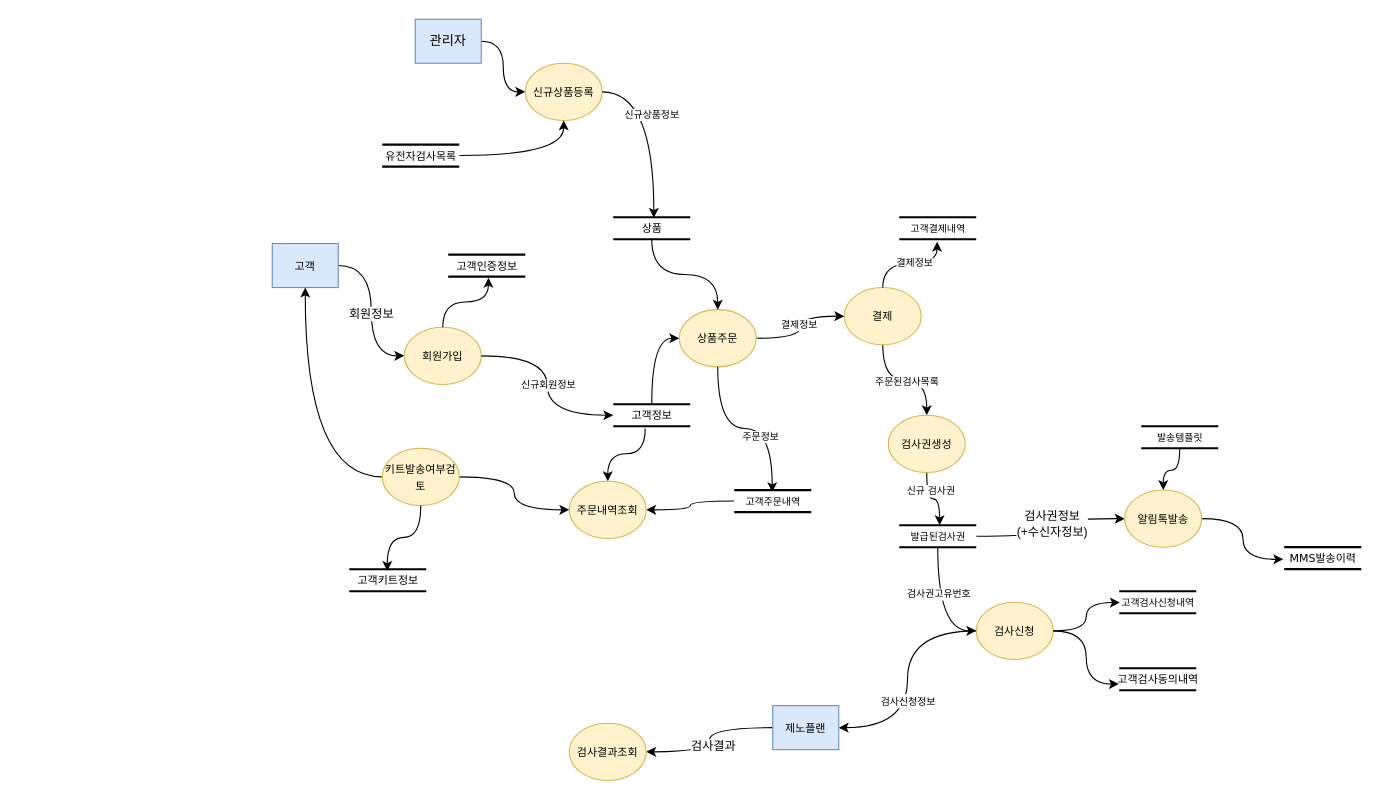
The draw.io diagram DFD_제노플랜.drawio in k3srpn/Architecture, before the edit. Source tidied: cells renumbered, new cells numbered last; positions are measured from the earlier drawing's top-left corner, leaving out a move shared by most shapes. Both pictures are drawn from the tidied source at 110%, with x=0, y=0 at pixel (272, 19).
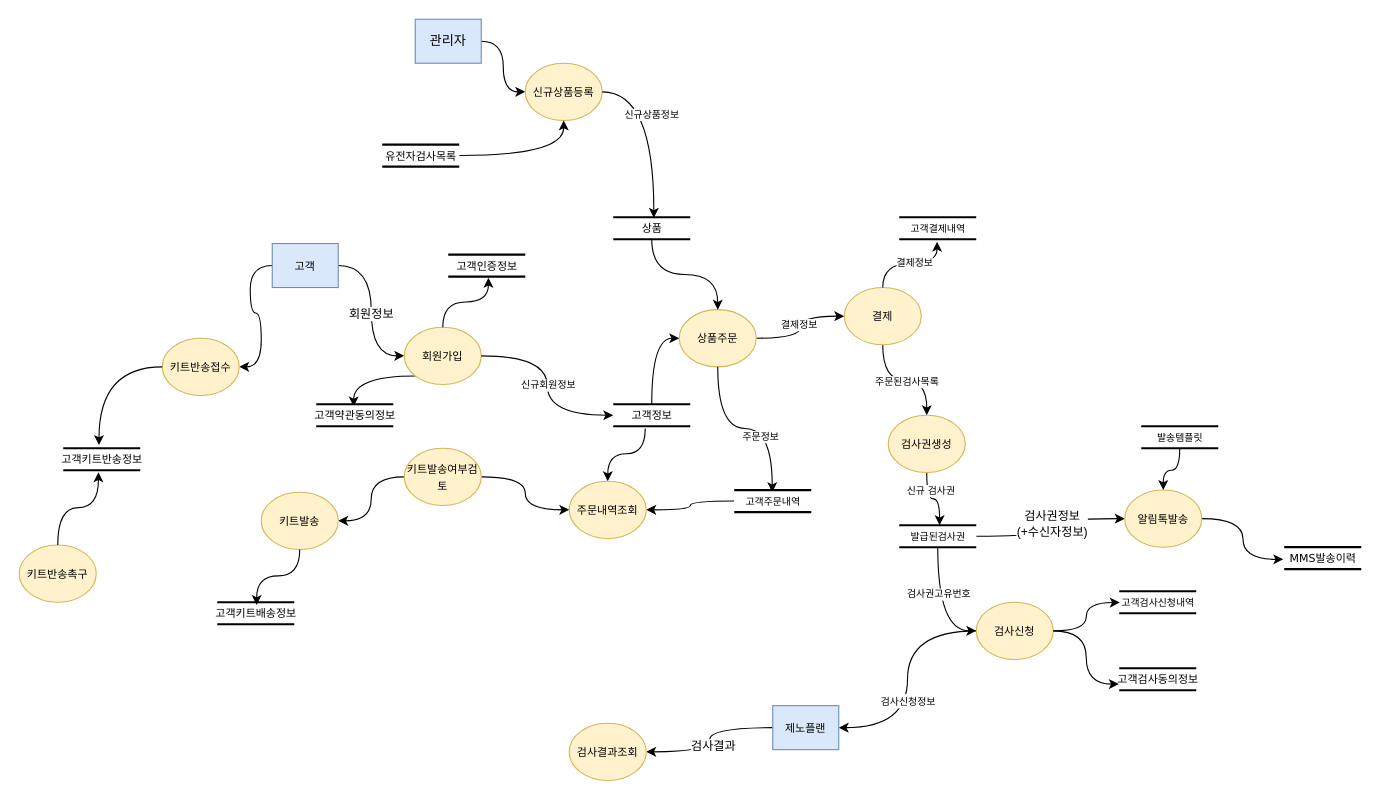
The same diagram, later.

Commit message:
키트반송관련 추가

Unchanged cells that the change refers to:
```xml
<mxCell id="47" value="&lt;span style=&quot;font-size: 10px;&quot;&gt;고객&lt;/span&gt;" style="rounded=0;whiteSpace=wrap;html=1;fillColor=#dae8fc;strokeColor=#6c8ebf;" parent="1" vertex="1">
  <mxGeometry y="203.9" width="60" height="40" as="geometry" />
</mxCell>
<mxCell id="48" value="&lt;span style=&quot;font-size: 10px;&quot;&gt;회원가입&lt;/span&gt;" style="ellipse;whiteSpace=wrap;html=1;rounded=1;shadow=0;comic=0;labelBackgroundColor=none;strokeWidth=1;fontFamily=Verdana;fontSize=12;align=center;fillColor=#fff2cc;strokeColor=#d6b656;" parent="1" vertex="1">
  <mxGeometry x="120" y="280" width="70" height="52" as="geometry" />
</mxCell>
```

Change to the diagram source:
```diff
@@
+    <mxCell id="65" style="edgeStyle=orthogonalEdgeStyle;rounded=0;jettySize=auto;html=1;entryX=1;entryY=0.5;entryDx=0;entryDy=0;curved=1;" parent="1" edge="1" source="47" target="68">
+      <mxGeometry relative="1" as="geometry" />
+    </mxCell>
@@
+    <mxCell id="66" style="edgeStyle=orthogonalEdgeStyle;rounded=0;jettySize=auto;html=1;curved=1;entryX=0.486;entryY=0.1;entryDx=0;entryDy=0;entryPerimeter=0;exitX=0;exitY=1;exitDx=0;exitDy=0;" parent="1" edge="1" source="48" target="73">
+      <mxGeometry relative="1" as="geometry" />
+    </mxCell>
@@
-    <mxCell id="56" style="edgeStyle=orthogonalEdgeStyle;rounded=0;jettySize=auto;html=1;entryX=0.5;entryY=1;entryDx=0;entryDy=0;curved=1;" parent="1" edge="1" source="57" target="47">
-      <mxGeometry relative="1" as="geometry" />
-    </mxCell>
+    <mxCell id="67" style="edgeStyle=orthogonalEdgeStyle;rounded=0;jettySize=auto;html=1;entryX=1;entryY=0.5;entryDx=0;entryDy=0;curved=1;" parent="1" edge="1" source="57" target="69">
+      <mxGeometry relative="1" as="geometry" />
+    </mxCell>
     <mxCell id="57" value="&lt;span style=&quot;font-size: 10px;&quot;&gt;키트발송여부검토&lt;/span&gt;" style="ellipse;whiteSpace=wrap;html=1;rounded=1;shadow=0;comic=0;labelBackgroundColor=none;strokeWidth=1;fontFamily=Verdana;fontSize=12;align=center;fillColor=#fff2cc;strokeColor=#d6b656;" parent="1" vertex="1">
-      <mxGeometry x="100" y="390" width="70" height="52" as="geometry" />
+      <mxGeometry x="120" y="390" width="70" height="52" as="geometry" />
     </mxCell>
-    <mxCell id="58" value="&lt;font size=&quot;1&quot;&gt;고객키트정보&lt;/font&gt;" style="html=1;rounded=0;shadow=0;comic=0;labelBackgroundColor=none;strokeWidth=2;fontFamily=Verdana;fontSize=12;align=center;shape=mxgraph.ios7ui.horLines;" parent="1" vertex="1">
-      <mxGeometry x="70" y="500" width="70" height="20" as="geometry" />
+    <mxCell id="58" value="&lt;font size=&quot;1&quot;&gt;고객키트배송정보&lt;/font&gt;" style="html=1;rounded=0;shadow=0;comic=0;labelBackgroundColor=none;strokeWidth=2;fontFamily=Verdana;fontSize=12;align=center;shape=mxgraph.ios7ui.horLines;" parent="1" vertex="1">
+      <mxGeometry x="-50" y="530" width="70" height="20" as="geometry" />
     </mxCell>
-    <mxCell id="59" style="edgeStyle=orthogonalEdgeStyle;rounded=0;jettySize=auto;html=1;entryX=0.494;entryY=0.078;entryDx=0;entryDy=0;entryPerimeter=0;curved=1;" parent="1" edge="1" source="57" target="58">
-      <mxGeometry relative="1" as="geometry" />
-    </mxCell>
@@
-    <mxCell id="61" value="&lt;font size=&quot;1&quot;&gt;고객검사동의내역&lt;/font&gt;" style="html=1;rounded=0;shadow=0;comic=0;labelBackgroundColor=none;strokeWidth=2;fontFamily=Verdana;fontSize=12;align=center;shape=mxgraph.ios7ui.horLines;" parent="1" vertex="1">
+    <mxCell id="61" value="&lt;font size=&quot;1&quot;&gt;고객검사동의정보&lt;/font&gt;" style="html=1;rounded=0;shadow=0;comic=0;labelBackgroundColor=none;strokeWidth=2;fontFamily=Verdana;fontSize=12;align=center;shape=mxgraph.ios7ui.horLines;" parent="1" vertex="1">
       <mxGeometry x="770" y="590" width="70" height="20" as="geometry" />
     </mxCell>
@@
+    <mxCell id="68" value="&lt;span style=&quot;font-size: 10px;&quot;&gt;키트반송접수&lt;/span&gt;" style="ellipse;whiteSpace=wrap;html=1;rounded=1;shadow=0;comic=0;labelBackgroundColor=none;strokeWidth=1;fontFamily=Verdana;fontSize=12;align=center;fillColor=#fff2cc;strokeColor=#d6b656;" parent="1" vertex="1">
+      <mxGeometry x="-100" y="290" width="70" height="52" as="geometry" />
+    </mxCell>
+    <mxCell id="69" value="&lt;span style=&quot;font-size: 10px;&quot;&gt;키트발송&lt;/span&gt;" style="ellipse;whiteSpace=wrap;html=1;rounded=1;shadow=0;comic=0;labelBackgroundColor=none;strokeWidth=1;fontFamily=Verdana;fontSize=12;align=center;fillColor=#fff2cc;strokeColor=#d6b656;" parent="1" vertex="1">
+      <mxGeometry x="-10" y="430" width="70" height="52" as="geometry" />
+    </mxCell>
+    <mxCell id="70" style="edgeStyle=orthogonalEdgeStyle;rounded=0;jettySize=auto;html=1;entryX=0.512;entryY=0.125;entryDx=0;entryDy=0;entryPerimeter=0;curved=1;" parent="1" edge="1" source="69" target="58">
+      <mxGeometry relative="1" as="geometry" />
+    </mxCell>
+    <mxCell id="71" value="&lt;font size=&quot;1&quot;&gt;고객키트반송정보&lt;/font&gt;" style="html=1;rounded=0;shadow=0;comic=0;labelBackgroundColor=none;strokeWidth=2;fontFamily=Verdana;fontSize=12;align=center;shape=mxgraph.ios7ui.horLines;" parent="1" vertex="1">
+      <mxGeometry x="-190" y="390" width="70" height="20" as="geometry" />
+    </mxCell>
+    <mxCell id="72" style="edgeStyle=orthogonalEdgeStyle;rounded=0;jettySize=auto;html=1;entryX=0.464;entryY=-0.143;entryDx=0;entryDy=0;entryPerimeter=0;curved=1;" parent="1" edge="1" source="68" target="71">
+      <mxGeometry relative="1" as="geometry" />
+    </mxCell>
+    <mxCell id="73" value="&lt;font size=&quot;1&quot;&gt;고객약관동의정보&lt;/font&gt;" style="html=1;rounded=0;shadow=0;comic=0;labelBackgroundColor=none;strokeWidth=2;fontFamily=Verdana;fontSize=12;align=center;shape=mxgraph.ios7ui.horLines;" parent="1" vertex="1">
+      <mxGeometry x="40" y="350" width="70" height="20" as="geometry" />
+    </mxCell>
+    <mxCell id="74" value="&lt;span style=&quot;font-size: 10px;&quot;&gt;키트반송촉구&lt;/span&gt;" style="ellipse;whiteSpace=wrap;html=1;rounded=1;shadow=0;comic=0;labelBackgroundColor=none;strokeWidth=1;fontFamily=Verdana;fontSize=12;align=center;fillColor=#fff2cc;strokeColor=#d6b656;" parent="1" vertex="1">
+      <mxGeometry x="-230" y="478" width="70" height="52" as="geometry" />
+    </mxCell>
+    <mxCell id="75" style="edgeStyle=orthogonalEdgeStyle;rounded=0;jettySize=auto;html=1;entryX=0.457;entryY=1.096;entryDx=0;entryDy=0;entryPerimeter=0;curved=1;" parent="1" edge="1" source="74" target="71">
+      <mxGeometry relative="1" as="geometry" />
+    </mxCell>
```
